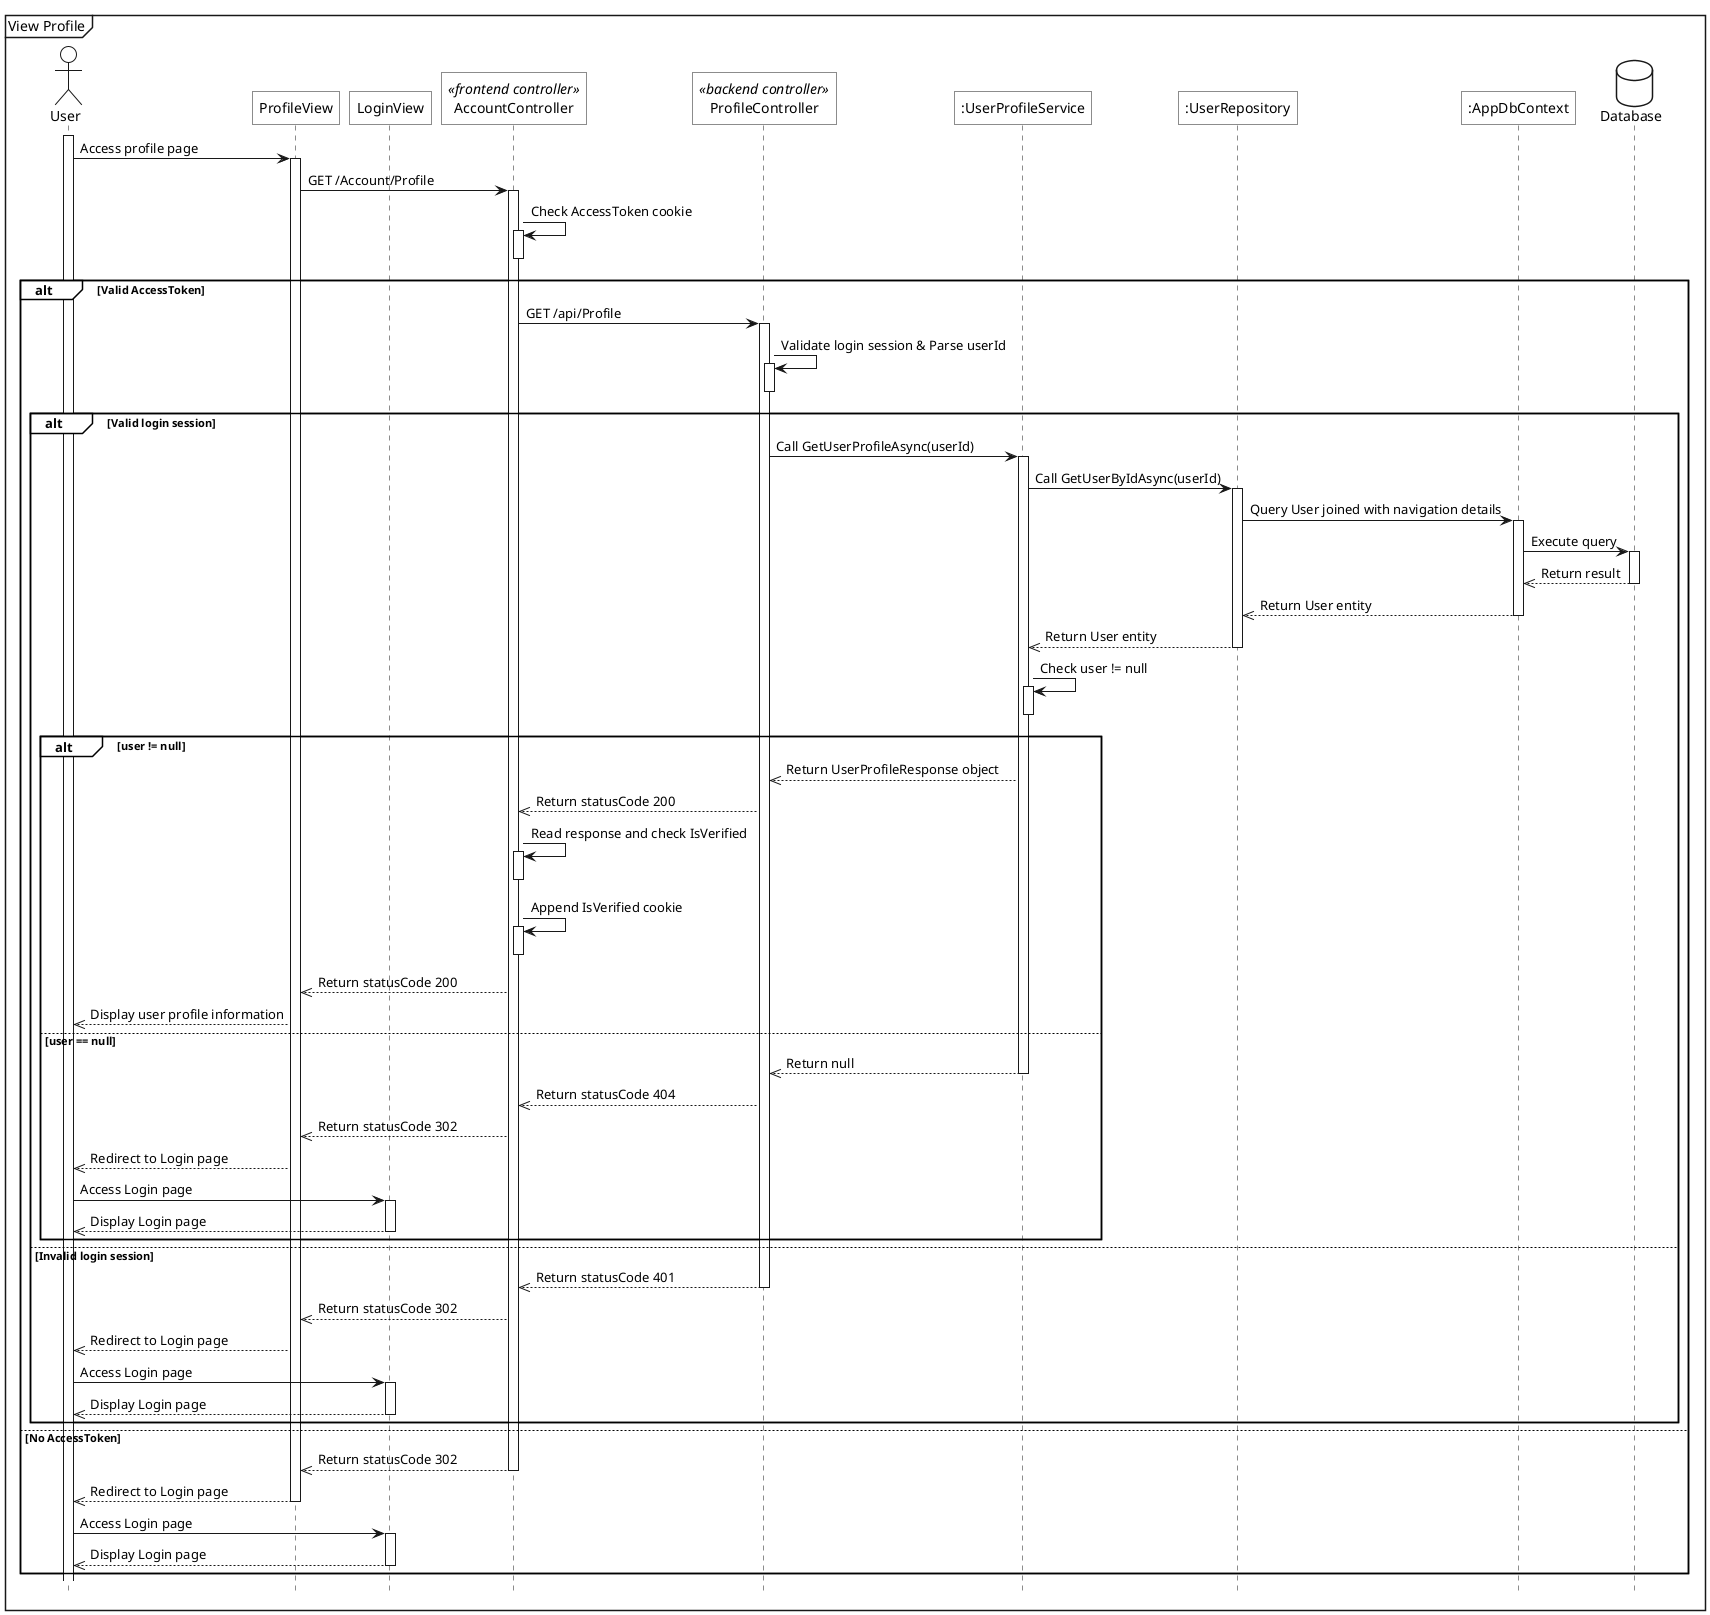
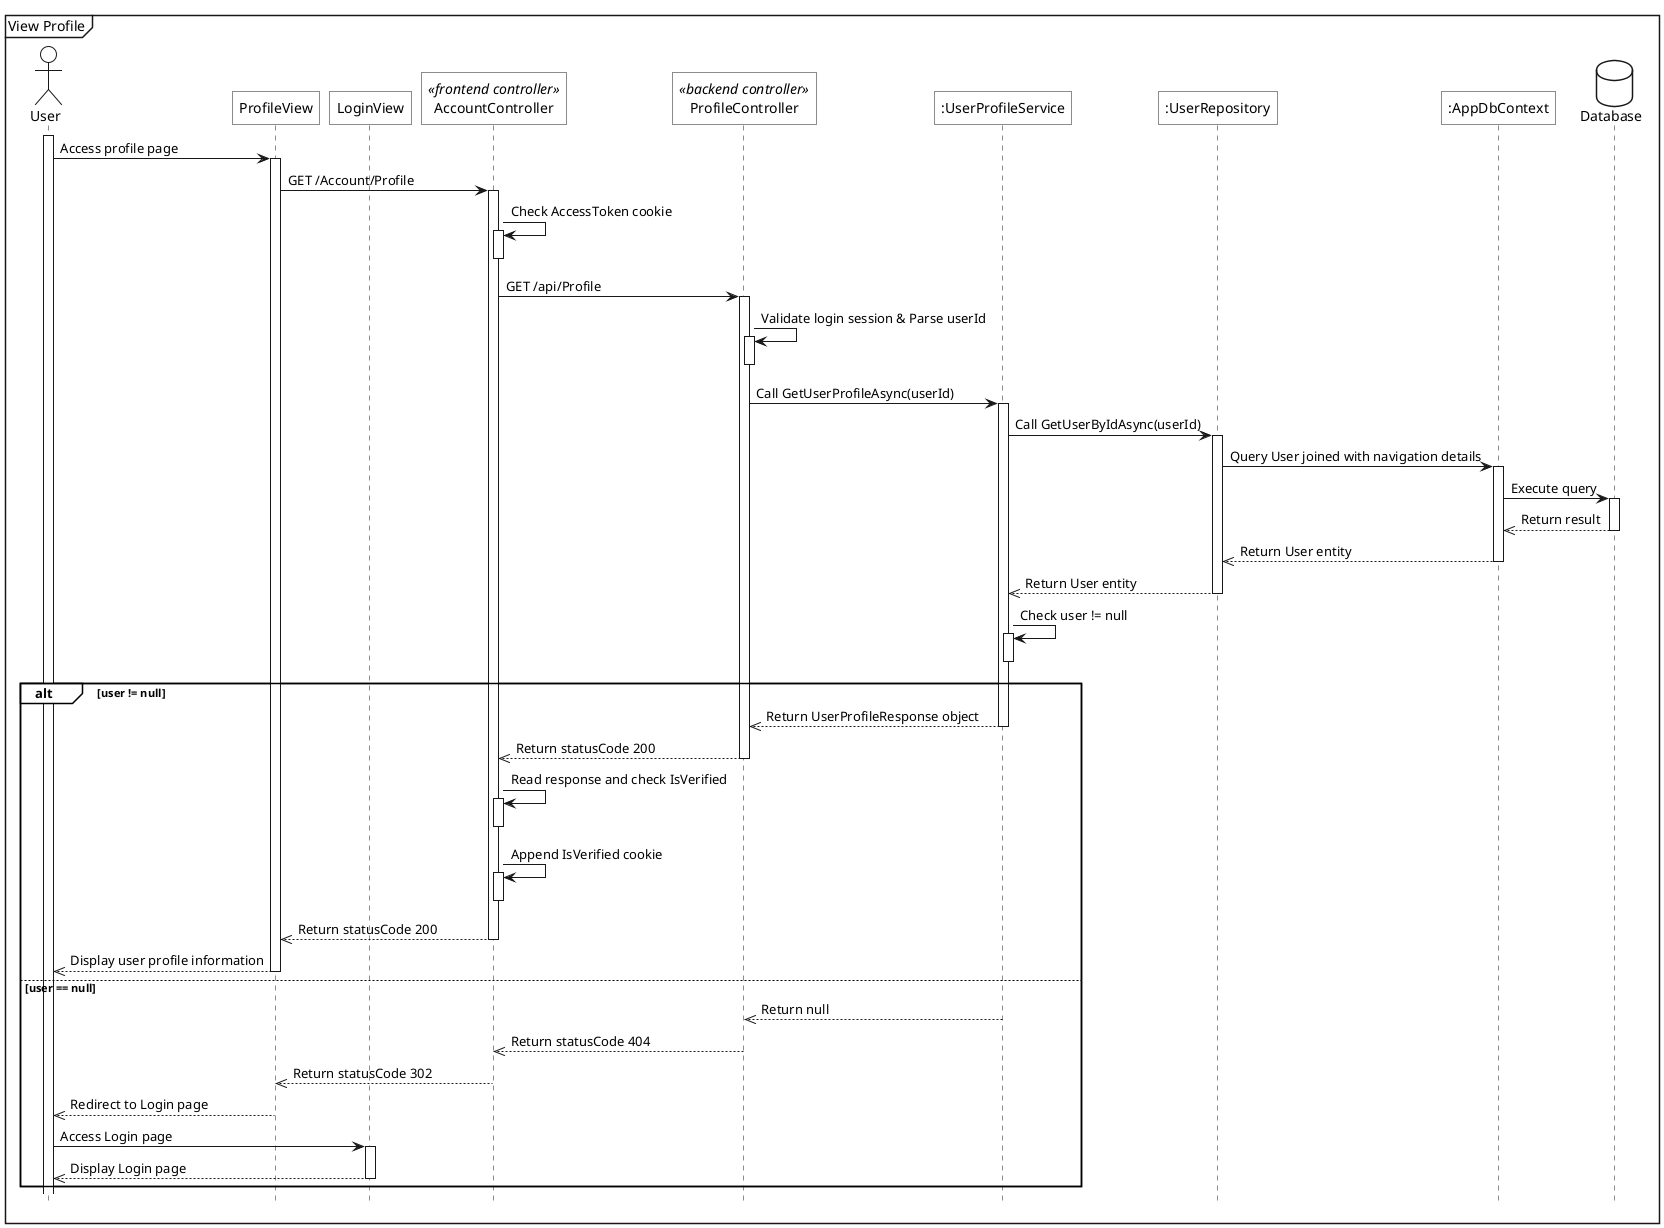
@startuml
<style>
    sequenceDiagram{
        actor{
            BackgroundColor white
            LineThickness 1.0
        }
        participant{
            BackgroundColor white
            RoundCorner 0
        }
        database{
            BackgroundColor white
        }
        groupHeader{
            BackgroundColor white
        }
        referenceHeader{
            BackgroundColor white
        }
        reference{
            BackgroundColor white
        }
    }
</style>

hide footbox

mainframe View Profile
actor User as act

participant "ProfileView" as view
participant "LoginView" as login_view
participant "AccountController" as fe_ctrl <<frontend controller>>
participant "ProfileController" as be_ctrl <<backend controller>>
participant ":UserProfileService" as sv
participant ":UserRepository" as repo
participant ":AppDbContext" as ctx
database Database as db

act++
act->view++: Access profile page
view->fe_ctrl++: GET /Account/Profile

fe_ctrl->fe_ctrl++: Check AccessToken cookie
fe_ctrl--

- alt Valid AccessToken
-     fe_ctrl->be_ctrl++: GET /api/Profile
+ fe_ctrl->be_ctrl++: GET /api/Profile

-     be_ctrl->be_ctrl++: Validate login session & Parse userId
-     be_ctrl--
+ be_ctrl->be_ctrl++: Validate login session & Parse userId
+ be_ctrl--

-     alt Valid login session
-         be_ctrl->sv++: Call GetUserProfileAsync(userId)
+ be_ctrl->sv++: Call GetUserProfileAsync(userId)

-         sv->repo++: Call GetUserByIdAsync(userId)
-         repo->ctx++: Query User joined with navigation details
-         ctx->db++: Execute query
-         db-->>ctx--: Return result
-         ctx-->>repo--: Return User entity
-         repo-->>sv--: Return User entity
+ sv->repo++: Call GetUserByIdAsync(userId)
+ repo->ctx++: Query User joined with navigation details
+ ctx->db++: Execute query
+ db-->>ctx--: Return result
+ ctx-->>repo--: Return User entity
+ repo-->>sv--: Return User entity

-         sv->sv++: Check user != null
-         sv--
+ sv->sv++: Check user != null
+ sv--

-         alt user != null
-             sv-->>be_ctrl: Return UserProfileResponse object
-             be_ctrl-->>fe_ctrl: Return statusCode 200
+ alt user != null
+     sv-->>be_ctrl--: Return UserProfileResponse object
+     be_ctrl-->>fe_ctrl--: Return statusCode 200

-             fe_ctrl->fe_ctrl++: Read response and check IsVerified
-             fe_ctrl--
-             fe_ctrl->fe_ctrl++: Append IsVerified cookie
-             fe_ctrl--
-             fe_ctrl-->>view: Return statusCode 200
-             view-->>act: Display user profile information
-         else user == null
-             sv-->>be_ctrl--: Return null
-             be_ctrl-->>fe_ctrl: Return statusCode 404
-             fe_ctrl-->>view: Return statusCode 302
-             view-->>act: Redirect to Login page
-             act->login_view++: Access Login page
-             login_view-->>act--: Display Login page
-         end
-     else Invalid login session
-         be_ctrl-->>fe_ctrl--: Return statusCode 401
-         fe_ctrl-->>view: Return statusCode 302
-         view-->>act: Redirect to Login page
-         act->login_view++: Access Login page
-         login_view-->>act--: Display Login page
-     end
- else No AccessToken
+     fe_ctrl->fe_ctrl++: Read response and check IsVerified
+     fe_ctrl--
+     fe_ctrl->fe_ctrl++: Append IsVerified cookie
+     fe_ctrl--
+     fe_ctrl-->>view--: Return statusCode 200
+     view-->>act--: Display user profile information
+ else user == null
+     sv-->>be_ctrl--: Return null
+     be_ctrl-->>fe_ctrl--: Return statusCode 404
    fe_ctrl-->>view--: Return statusCode 302
    view-->>act--: Redirect to Login page
    act->login_view++: Access Login page
    login_view-->>act--: Display Login page
end
@enduml
